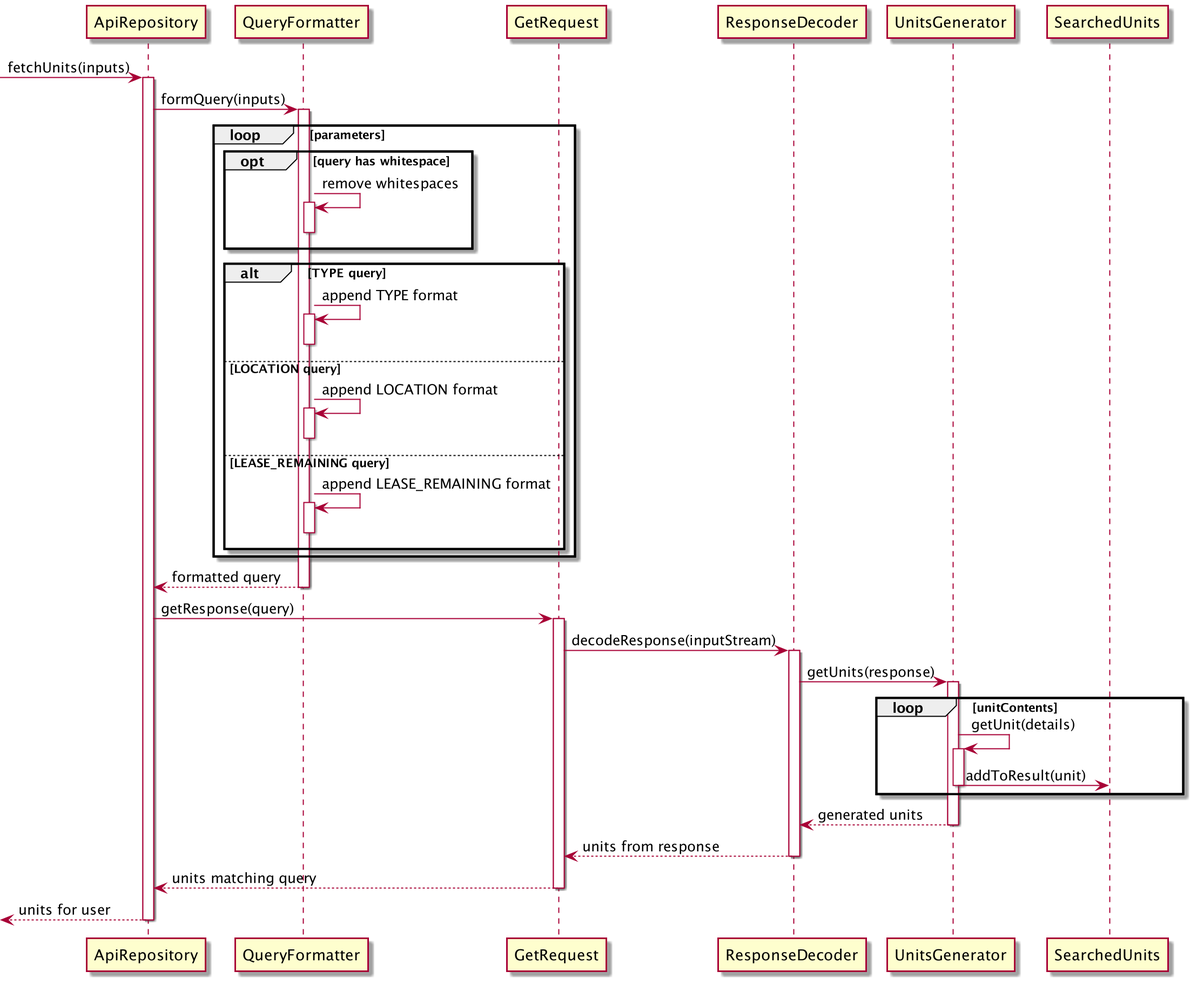
Above: docs/diagrams/ApiSequence.png in nus-cs2113-AY2021S2/tp (PlantUML), before the change.
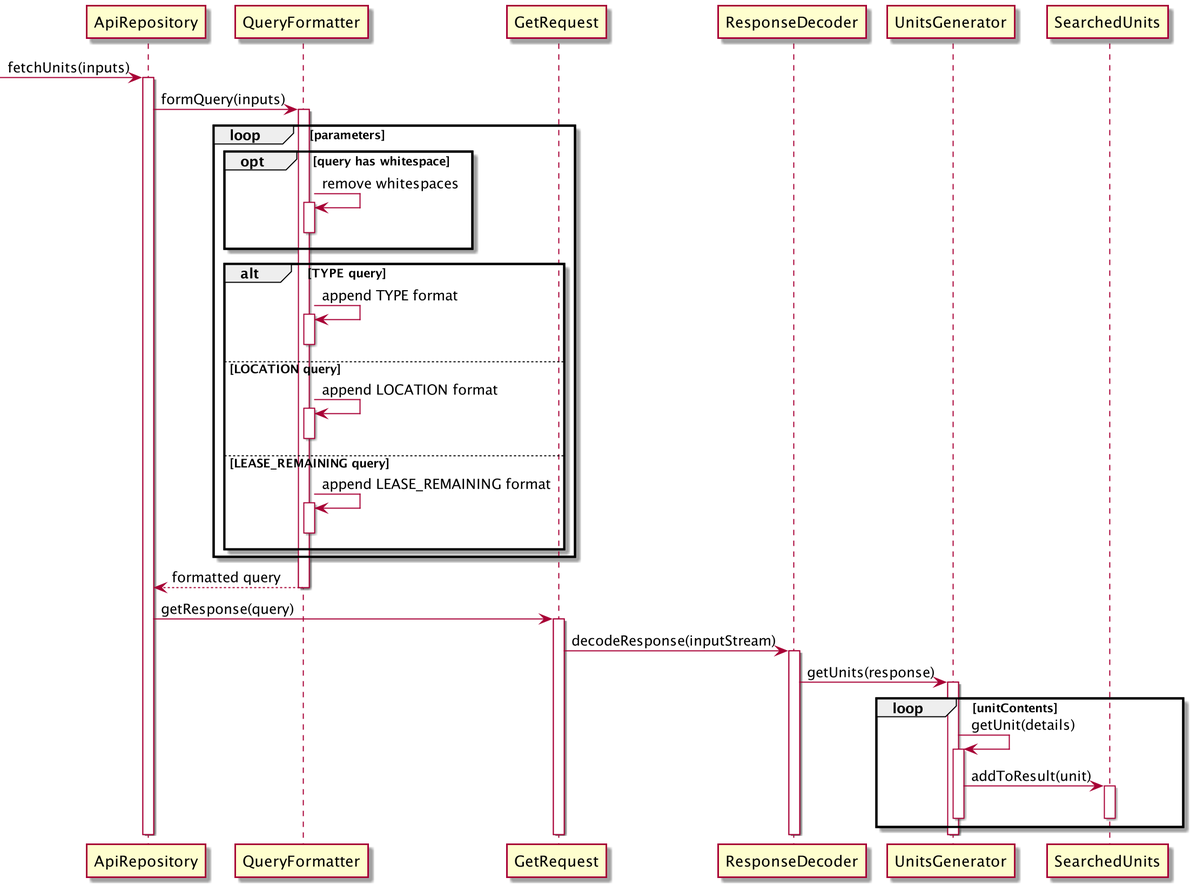
Later version of the same file.

Commit message:
Update ApiSequence diagram

Diff of the diagram source:
```diff
@@ -36,14 +36,12 @@
     UnitsGenerator -> UnitsGenerator: getUnit(details)
     activate UnitsGenerator
     UnitsGenerator -> SearchedUnits: addToResult(unit)
+    activate SearchedUnits
+    deactivate SearchedUnits
     deactivate UnitsGenerator
 end
-ResponseDecoder <-- UnitsGenerator: generated units
 deactivate UnitsGenerator
-GetRequest <-- ResponseDecoder: units from response
 deactivate ResponseDecoder
-ApiRepository <-- GetRequest: units matching query
 deactivate GetRequest
-[<-- ApiRepository: units for user
 deactivate ApiRepository
 @enduml
```
